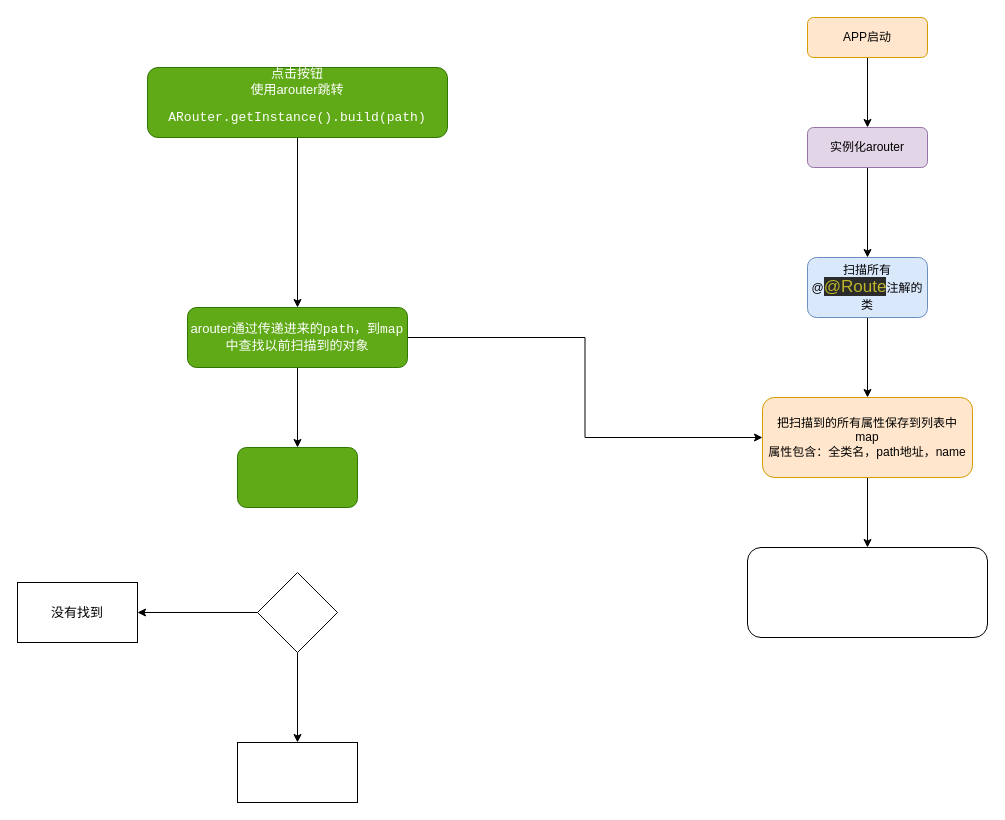
This is 未命名绘图.drawio from lexluthors/untitled1, a draw.io file, before an edit. Source tidied: cells renumbered, new cells numbered last; positions are measured from the earlier drawing's top-left corner, leaving out a move shared by most shapes. Both pictures are drawn from the tidied source at 100%, with x=0, y=0 at pixel (17, 17).
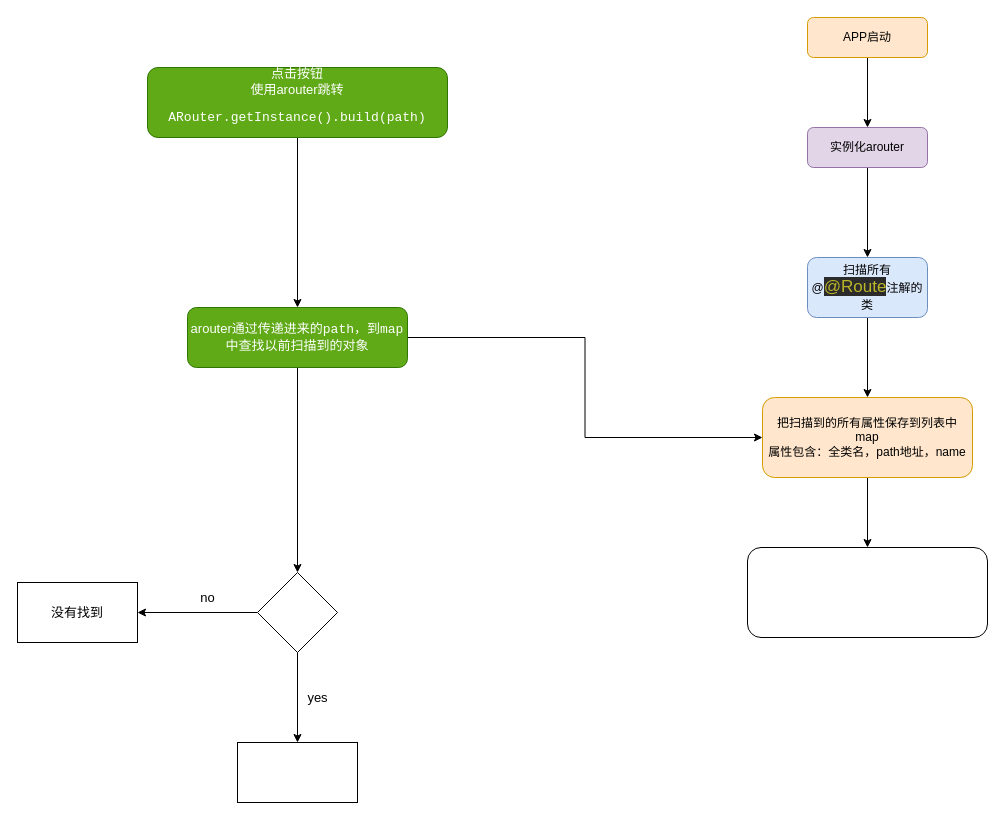
The same page after the edit.

Commit message:
arouter原理流程图.drawio

Unchanged cells that the change refers to:
```xml
<mxCell id="15" value="arouter通过传递进来的&lt;span style=&quot;font-family: &amp;#34;jetbrains mono&amp;#34; , monospace&quot;&gt;path，到map中查找以前扫描到的对象&lt;/span&gt;" style="whiteSpace=wrap;html=1;fontSize=13;fillColor=#60a917;strokeColor=#2D7600;fontColor=#ffffff;rounded=1;" parent="1" vertex="1">
  <mxGeometry x="170" y="290" width="220" height="60" as="geometry" />
</mxCell>
<mxCell id="19" style="rhombus;whiteSpace=wrap;html=1;labelBackgroundColor=none;fontSize=13;fontColor=#000000;" parent="1" vertex="1">
  <mxGeometry x="240" y="555" width="80" height="80" as="geometry" />
</mxCell>
```

Change to the diagram source:
```diff
@@
-    <mxCell id="14" style="edgeStyle=orthogonalEdgeStyle;rounded=0;jettySize=auto;html=1;fontSize=13;fontColor=#000000;" parent="1" edge="1" source="15" target="16">
+    <mxCell id="14" style="edgeStyle=orthogonalEdgeStyle;rounded=0;jettySize=auto;html=1;fontSize=13;fontColor=#000000;entryX=0.5;entryY=0;entryDx=0;entryDy=0;" parent="1" edge="1" source="15" target="19">
       <mxGeometry relative="1" as="geometry" />
     </mxCell>
@@
-    <mxCell id="16" style="whiteSpace=wrap;html=1;fontSize=13;fillColor=#60a917;strokeColor=#2D7600;fontColor=#ffffff;rounded=1;" parent="1" vertex="1">
-      <mxGeometry x="220" y="430" width="120" height="60" as="geometry" />
-    </mxCell>
@@
+    <mxCell id="22" value="no" style="text;html=1;align=center;verticalAlign=middle;strokeColor=none;fillColor=none;fontSize=13;fontColor=#000000;" parent="1" vertex="1">
+      <mxGeometry x="175" y="570" width="30" height="20" as="geometry" />
+    </mxCell>
+    <mxCell id="23" value="yes" style="text;html=1;align=center;verticalAlign=middle;strokeColor=none;fillColor=none;fontSize=13;fontColor=#000000;" parent="1" vertex="1">
+      <mxGeometry x="280" y="670" width="40" height="20" as="geometry" />
+    </mxCell>
```
